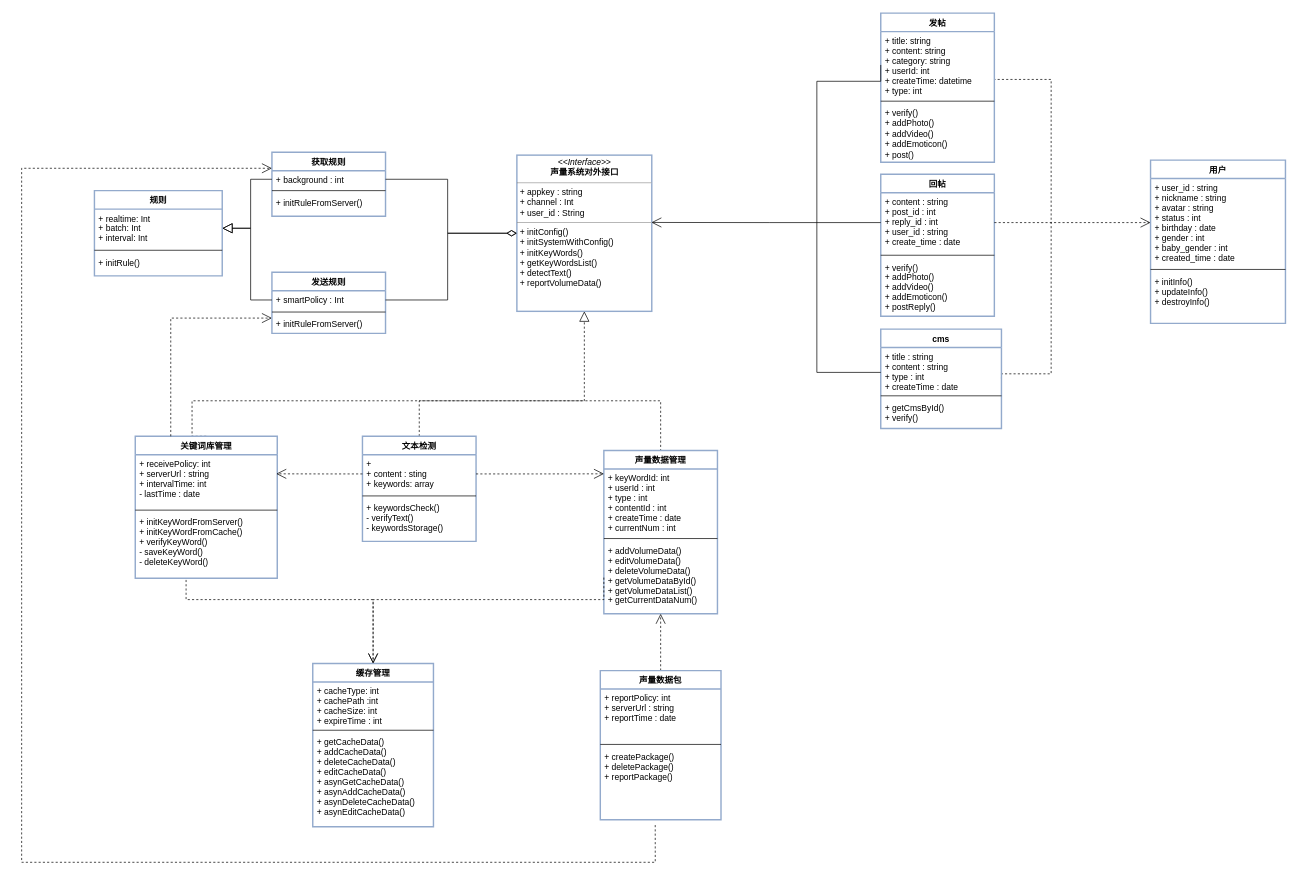
Above: page "Page-4" (4 of 5) of 声量系统UML.drawio in ikeyyang/uml (draw.io), before the change. Source tidied: cells renumbered, new cells numbered last; positions are measured from the earlier drawing's top-left corner, leaving out a move shared by most shapes. Both pictures are drawn from the tidied source at 71%, with x=0, y=0 at pixel (21, 13).
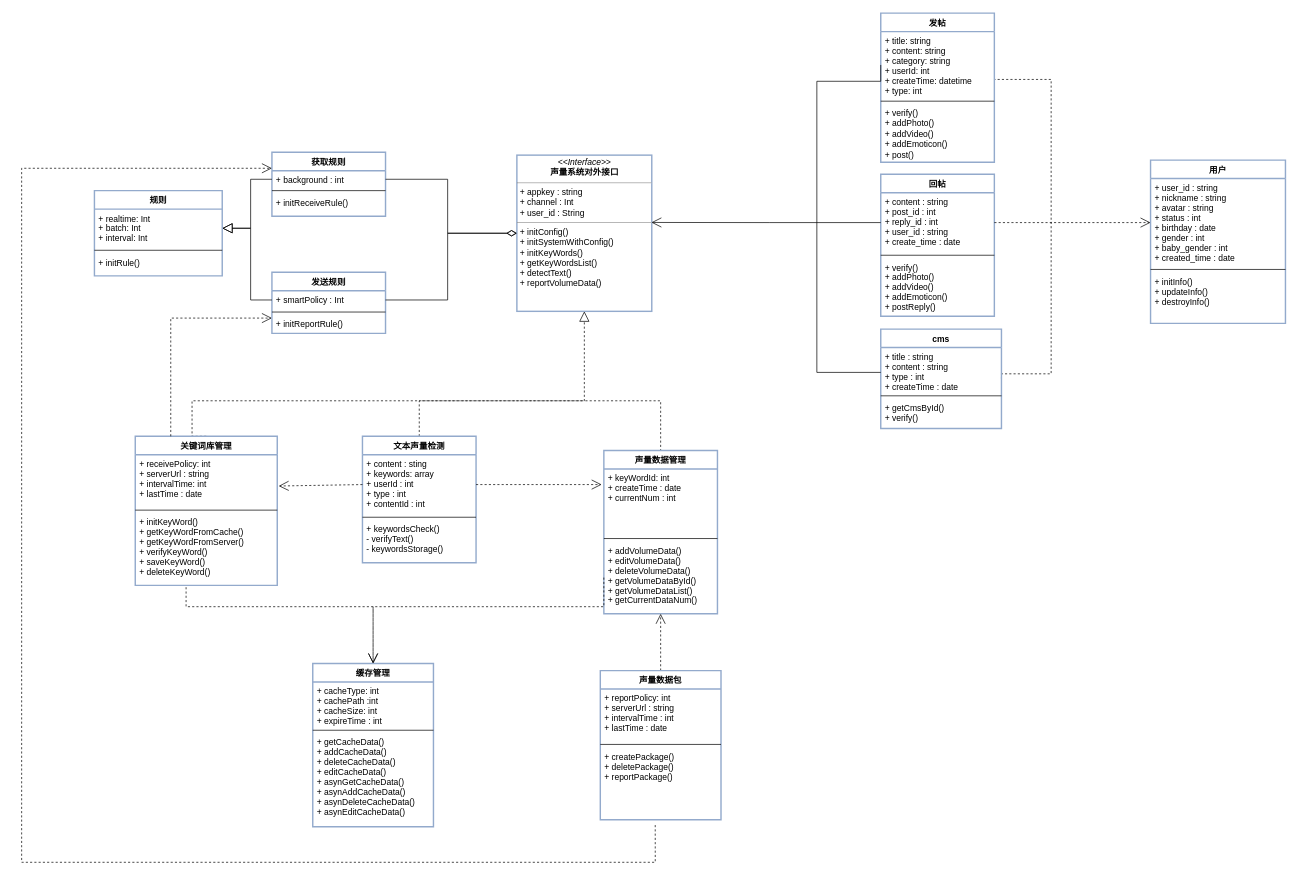
After the change.

Unchanged cells that the change refers to:
```xml
<mxCell id="4" value="+ content : string&#10;+ post_id : int&#10;+ reply_id : int&#10;+ user_id : string&#10;+ create_time : date" style="text;strokeColor=none;fillColor=none;align=left;verticalAlign=top;spacingLeft=4;spacingRight=4;overflow=hidden;points=[[0,0.5],[1,0.5]];portConstraint=eastwest;" parent="3" vertex="1">
  <mxGeometry y="26" width="160" height="84" as="geometry" />
</mxCell>
<mxCell id="26" value="声量数据管理" style="swimlane;fontStyle=1;align=center;verticalAlign=top;horizontal=1;startSize=26;strokeColor=#93AACC;strokeWidth=2;fillColor=none;" parent="1" vertex="1">
  <mxGeometry x="820" y="616" width="160" height="230" as="geometry" />
</mxCell>
<mxCell id="29" value="+ addVolumeData()&#10;+ editVolumeData()&#10;+ deleteVolumeData()&#10;+ getVolumeDataById()&#10;+ getVolumeDataList()&#10;+ getCurrentDataNum()" style="text;strokeColor=none;fillColor=none;align=left;verticalAlign=top;spacingLeft=4;spacingRight=4;overflow=hidden;points=[[0,0.5],[1,0.5]];portConstraint=eastwest;" parent="26" vertex="1">
  <mxGeometry y="128" width="160" height="102" as="geometry" />
</mxCell>
<mxCell id="30" value="缓存管理" style="swimlane;fontStyle=1;align=center;verticalAlign=top;horizontal=1;startSize=26;strokeColor=#93AACC;strokeWidth=2;fillColor=none;" parent="1" vertex="1">
  <mxGeometry x="410" y="916" width="170" height="230" as="geometry" />
</mxCell>
<mxCell id="35" value="声量数据包" style="swimlane;fontStyle=1;align=center;verticalAlign=top;horizontal=1;startSize=26;strokeColor=#93AACC;strokeWidth=2;fillColor=none;" parent="1" vertex="1">
  <mxGeometry x="815" y="926" width="170" height="210" as="geometry" />
</mxCell>
<mxCell id="40" value="+ user_id : string&#10;+ nickname : string&#10;+ avatar : string&#10;+ status : int&#10;+ birthday : date&#10;+ gender : int&#10;+ baby_gender : int&#10;+ created_time : date" style="text;strokeColor=none;fillColor=none;align=left;verticalAlign=top;spacingLeft=4;spacingRight=4;overflow=hidden;points=[[0,0.5],[1,0.5]];portConstraint=eastwest;" parent="39" vertex="1">
  <mxGeometry y="26" width="190" height="124" as="geometry" />
</mxCell>
<mxCell id="43" value="获取规则" style="swimlane;fontStyle=1;align=center;verticalAlign=top;horizontal=1;startSize=26;strokeColor=#93AACC;strokeWidth=2;fillColor=none;" parent="1" vertex="1">
  <mxGeometry x="352.5" y="196" width="160" height="90" as="geometry" />
</mxCell>
<mxCell id="48" value="发送规则" style="swimlane;fontStyle=1;align=center;verticalAlign=top;horizontal=1;startSize=26;strokeColor=#93AACC;strokeWidth=2;fillColor=none;" parent="1" vertex="1">
  <mxGeometry x="352.5" y="365" width="160" height="86" as="geometry" />
</mxCell>
```

Diff of the diagram source:
```diff
@@
-    <mxCell id="17" value="文本检测" style="swimlane;fontStyle=1;align=center;verticalAlign=top;horizontal=1;startSize=26;strokeColor=#93AACC;strokeWidth=2;fillColor=none;" parent="1" vertex="1">
-      <mxGeometry x="480" y="596" width="160" height="148" as="geometry" />
+    <mxCell id="17" value="文本声量检测" style="swimlane;fontStyle=1;align=center;verticalAlign=top;horizontal=1;startSize=26;strokeColor=#93AACC;strokeWidth=2;fillColor=none;" parent="1" vertex="1">
+      <mxGeometry x="480" y="596" width="160" height="178" as="geometry" />
     </mxCell>
-    <mxCell id="18" value="+ &#10;+ content : sting&#10;+ keywords: array" style="text;strokeColor=none;fillColor=none;align=left;verticalAlign=top;spacingLeft=4;spacingRight=4;overflow=hidden;points=[[0,0.5],[1,0.5]];portConstraint=eastwest;" parent="17" vertex="1">
-      <mxGeometry y="26" width="160" height="54" as="geometry" />
+    <mxCell id="18" value="+ content : sting&#10;+ keywords: array&#10;+ userId : int&#10;+ type : int&#10;+ contentId : int" style="text;strokeColor=none;fillColor=none;align=left;verticalAlign=top;spacingLeft=4;spacingRight=4;overflow=hidden;points=[[0,0.5],[1,0.5]];portConstraint=eastwest;" parent="17" vertex="1">
+      <mxGeometry y="26" width="160" height="84" as="geometry" />
     </mxCell>
     <mxCell id="19" style="line;strokeWidth=1;fillColor=none;align=left;verticalAlign=middle;spacingTop=-1;spacingLeft=3;spacingRight=3;labelPosition=right;" parent="17" vertex="1">
-      <mxGeometry y="80" width="160" height="8" as="geometry" />
+      <mxGeometry y="110" width="160" height="8" as="geometry" />
     </mxCell>
     <mxCell id="20" value="+ keywordsCheck()&#10;- verifyText()&#10;- keywordsStorage()" style="text;strokeColor=none;fillColor=none;align=left;verticalAlign=top;spacingLeft=4;spacingRight=4;overflow=hidden;" parent="17" vertex="1">
-      <mxGeometry y="88" width="160" height="60" as="geometry" />
+      <mxGeometry y="118" width="160" height="60" as="geometry" />
     </mxCell>
@@
     <mxCell id="22" value="关键词库管理" style="swimlane;fontStyle=1;align=center;verticalAlign=top;horizontal=1;startSize=26;strokeColor=#93AACC;strokeWidth=2;fillColor=none;" parent="1" vertex="1">
-      <mxGeometry x="160" y="596" width="200" height="200" as="geometry" />
+      <mxGeometry x="160" y="596" width="200" height="210" as="geometry" />
     </mxCell>
-    <mxCell id="23" value="+ receivePolicy: int&#10;+ serverUrl : string&#10;+ intervalTime: int&#10;- lastTime : date&#10;" style="text;strokeColor=none;fillColor=none;align=left;verticalAlign=top;spacingLeft=4;spacingRight=4;overflow=hidden;points=[[0,0.5],[1,0.5]];portConstraint=eastwest;" parent="22" vertex="1">
+    <mxCell id="23" value="+ receivePolicy: int&#10;+ serverUrl : string&#10;+ intervalTime: int&#10;+ lastTime : date&#10;" style="text;strokeColor=none;fillColor=none;align=left;verticalAlign=top;spacingLeft=4;spacingRight=4;overflow=hidden;points=[[0,0.5],[1,0.5]];portConstraint=eastwest;" parent="22" vertex="1">
       <mxGeometry y="26" width="200" height="74" as="geometry" />
     </mxCell>
@@
-    <mxCell id="25" value="+ initKeyWordFromServer()&#10;+ initKeyWordFromCache()&#10;+ verifyKeyWord()&#10;- saveKeyWord()&#10;- deleteKeyWord()" style="text;strokeColor=none;fillColor=none;align=left;verticalAlign=top;spacingLeft=4;spacingRight=4;overflow=hidden;points=[[0,0.5],[1,0.5]];portConstraint=eastwest;" parent="22" vertex="1">
-      <mxGeometry y="108" width="200" height="92" as="geometry" />
+    <mxCell id="25" value="+ initKeyWord()&#10;+ getKeyWordFromCache()&#10;+ getKeyWordFromServer()&#10;+ verifyKeyWord()&#10;+ saveKeyWord()&#10;+ deleteKeyWord()" style="text;strokeColor=none;fillColor=none;align=left;verticalAlign=top;spacingLeft=4;spacingRight=4;overflow=hidden;points=[[0,0.5],[1,0.5]];portConstraint=eastwest;" parent="22" vertex="1">
+      <mxGeometry y="108" width="200" height="102" as="geometry" />
     </mxCell>
@@
-    <mxCell id="27" value="+ keyWordId: int&#10;+ userId : int&#10;+ type : int&#10;+ contentId : int&#10;+ createTime : date&#10;+ currentNum : int&#10;&#10;&#10;" style="text;strokeColor=none;fillColor=none;align=left;verticalAlign=top;spacingLeft=4;spacingRight=4;overflow=hidden;points=[[0,0.5],[1,0.5]];portConstraint=eastwest;" parent="26" vertex="1">
+    <mxCell id="27" value="+ keyWordId: int&#10;+ createTime : date&#10;+ currentNum : int&#10;&#10;&#10;" style="text;strokeColor=none;fillColor=none;align=left;verticalAlign=top;spacingLeft=4;spacingRight=4;overflow=hidden;points=[[0,0.5],[1,0.5]];portConstraint=eastwest;" parent="26" vertex="1">
       <mxGeometry y="26" width="160" height="94" as="geometry" />
     </mxCell>
@@
-    <mxCell id="36" value="+ reportPolicy: int&#10;+ serverUrl : string&#10;+ reportTime : date" style="text;strokeColor=none;fillColor=none;align=left;verticalAlign=top;spacingLeft=4;spacingRight=4;overflow=hidden;" parent="35" vertex="1">
+    <mxCell id="36" value="+ reportPolicy: int&#10;+ serverUrl : string&#10;+ intervalTime : int&#10;+ lastTime : date" style="text;strokeColor=none;fillColor=none;align=left;verticalAlign=top;spacingLeft=4;spacingRight=4;overflow=hidden;" parent="35" vertex="1">
       <mxGeometry y="26" width="170" height="74" as="geometry" />
     </mxCell>
@@
-    <mxCell id="46" value="+ initRuleFromServer()" style="text;strokeColor=none;fillColor=none;align=left;verticalAlign=top;spacingLeft=4;spacingRight=4;overflow=hidden;" parent="43" vertex="1">
+    <mxCell id="46" value="+ initReceiveRule()" style="text;strokeColor=none;fillColor=none;align=left;verticalAlign=top;spacingLeft=4;spacingRight=4;overflow=hidden;" parent="43" vertex="1">
       <mxGeometry y="58" width="160" height="32" as="geometry" />
     </mxCell>
@@
-    <mxCell id="51" value="+ initRuleFromServer()" style="text;strokeColor=none;fillColor=none;align=left;verticalAlign=top;spacingLeft=4;spacingRight=4;overflow=hidden;" parent="48" vertex="1">
+    <mxCell id="51" value="+ initReportRule()" style="text;strokeColor=none;fillColor=none;align=left;verticalAlign=top;spacingLeft=4;spacingRight=4;overflow=hidden;" parent="48" vertex="1">
       <mxGeometry y="60" width="160" height="26" as="geometry" />
     </mxCell>
@@
     <mxCell id="62" style="edgeStyle=orthogonalEdgeStyle;rounded=0;comic=0;jumpStyle=none;jettySize=auto;html=1;exitX=0.358;exitY=1.025;exitDx=0;exitDy=0;entryX=0.5;entryY=0;entryDx=0;entryDy=0;shadow=0;startArrow=none;startFill=0;startSize=12;endArrow=open;endFill=0;endSize=12;strokeColor=#000000;strokeWidth=1;fillColor=#FFFFFF;exitPerimeter=0;dashed=1;" parent="1" edge="1" source="25" target="30">
       <mxGeometry relative="1" as="geometry">
         <Array as="points">
-          <mxPoint x="232" y="826" />
-          <mxPoint x="495" y="826" />
+          <mxPoint x="232" y="836" />
+          <mxPoint x="495" y="836" />
         </Array>
       </mxGeometry>
     </mxCell>
     <mxCell id="63" style="edgeStyle=orthogonalEdgeStyle;rounded=0;comic=0;jumpStyle=none;jettySize=auto;html=1;entryX=0.5;entryY=0;entryDx=0;entryDy=0;shadow=0;dashed=1;startArrow=none;startFill=0;startSize=12;endArrow=open;endFill=0;endSize=12;strokeColor=#000000;strokeWidth=1;fillColor=#FFFFFF;exitX=0;exitY=0.5;exitDx=0;exitDy=0;" parent="1" edge="1" source="29" target="30">
       <mxGeometry relative="1" as="geometry">
         <Array as="points">
-          <mxPoint x="820" y="826" />
-          <mxPoint x="495" y="826" />
+          <mxPoint x="820" y="836" />
+          <mxPoint x="495" y="836" />
         </Array>
       </mxGeometry>
     </mxCell>
@@
+    <mxCell id="67" style="edgeStyle=orthogonalEdgeStyle;rounded=0;jettySize=auto;html=1;exitX=1;exitY=0.5;exitDx=0;exitDy=0;entryX=0;entryY=0.5;entryDx=0;entryDy=0;dashed=1;endArrow=open;endFill=0;endSize=12;startSize=12;" parent="1" edge="1" source="4" target="40">
+      <mxGeometry relative="1" as="geometry" />
+    </mxCell>
-    <mxCell id="65" style="edgeStyle=orthogonalEdgeStyle;rounded=0;jettySize=auto;html=1;exitX=1;exitY=0.5;exitDx=0;exitDy=0;entryX=0.001;entryY=0.073;entryDx=0;entryDy=0;entryPerimeter=0;dashed=1;endArrow=open;endFill=0;endSize=12;startSize=12;" parent="1" edge="1" source="18" target="27">
+    <mxCell id="65" style="edgeStyle=orthogonalEdgeStyle;rounded=0;jettySize=auto;html=1;exitX=1;exitY=0.5;exitDx=0;exitDy=0;entryX=-0.019;entryY=0.234;entryDx=0;entryDy=0;entryPerimeter=0;dashed=1;startSize=12;endArrow=open;endFill=0;endSize=12;" parent="1" edge="1" source="18" target="27">
       <mxGeometry relative="1" as="geometry" />
     </mxCell>
-    <mxCell id="66" style="edgeStyle=orthogonalEdgeStyle;rounded=0;jettySize=auto;html=1;exitX=0;exitY=0.5;exitDx=0;exitDy=0;entryX=0.993;entryY=0.363;entryDx=0;entryDy=0;entryPerimeter=0;dashed=1;endArrow=open;endFill=0;endSize=12;startSize=12;" parent="1" edge="1" source="18" target="23">
+    <mxCell id="66" style="rounded=0;jettySize=auto;html=1;exitX=0;exitY=0.5;exitDx=0;exitDy=0;entryX=1.01;entryY=0.595;entryDx=0;entryDy=0;entryPerimeter=0;dashed=1;startSize=12;endArrow=open;endFill=0;endSize=12;" parent="1" edge="1" source="18" target="23">
       <mxGeometry relative="1" as="geometry" />
     </mxCell>
-    <mxCell id="67" style="edgeStyle=orthogonalEdgeStyle;rounded=0;jettySize=auto;html=1;exitX=1;exitY=0.5;exitDx=0;exitDy=0;entryX=0;entryY=0.5;entryDx=0;entryDy=0;dashed=1;endArrow=open;endFill=0;endSize=12;startSize=12;" parent="1" edge="1" source="4" target="40">
-      <mxGeometry relative="1" as="geometry" />
-    </mxCell>
```
